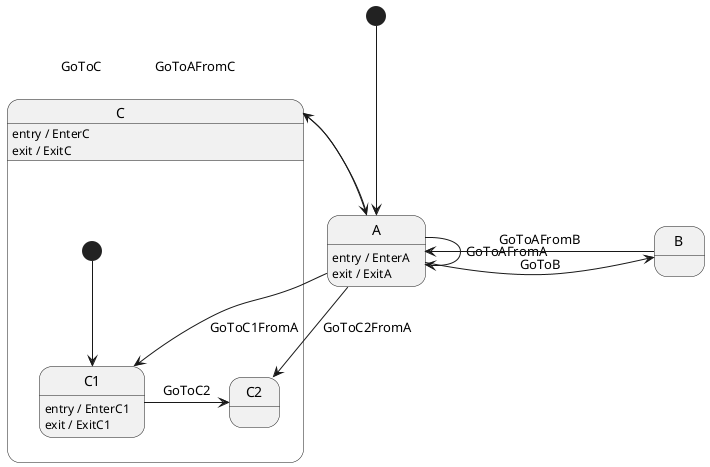
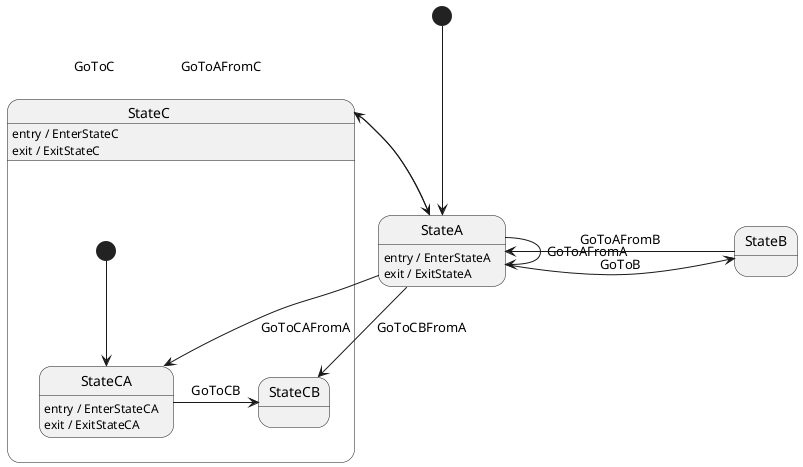
@startuml EnterExitActions

- [*] --> A
+ [*] --> StateA

- State A : entry / EnterA
- State A : exit / ExitA
+ State StateA : entry / EnterStateA
+ State StateA : exit / ExitStateA

- A -> A : GoToAFromA
- A -> B : GoToB
- B -> A : GoToAFromB
+ StateA -> StateA : GoToAFromA
+ StateA -> StateB : GoToB
+ StateB -> StateA : GoToAFromB

' Composite state
- state C {
-   C: entry / EnterC
-   C: exit / ExitC
+ state StateC {
+   StateC: entry / EnterStateC
+   StateC: exit / ExitStateC

  '  parent enter/exit are overwritten by substates
-   State C1 : entry / EnterC1
-   State C1 : exit / ExitC1
+   State StateCA : entry / EnterStateCA
+   State StateCA : exit / ExitStateCA

-   [*] --> C1
-   C1 -> C2 : GoToC2
+   [*] --> StateCA
+   StateCA -> StateCB : GoToCB
}
- A -> C : GoToC
- A -> C1 : GoToC1FromA
- A -> C2 : GoToC2FromA
- C -> A : GoToAFromC
+ StateA -> StateC : GoToC
+ StateA -> StateCA : GoToCAFromA
+ StateA -> StateCB : GoToCBFromA
+ StateC -> StateA : GoToAFromC

@enduml
